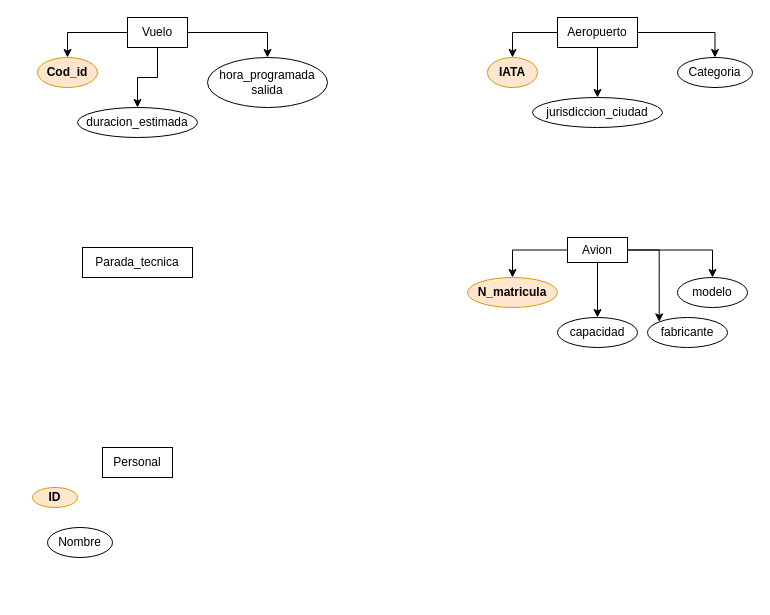
jhosebro/Bases-de-datos keeps this draw.io diagram as aerolineas.drawio. Above is the earlier version. Source tidied: cells renumbered, new cells numbered last; positions are measured from the earlier drawing's top-left corner, leaving out a move shared by most shapes. Both pictures are drawn from the tidied source at 100%, with x=0, y=0 at pixel (32, 17).
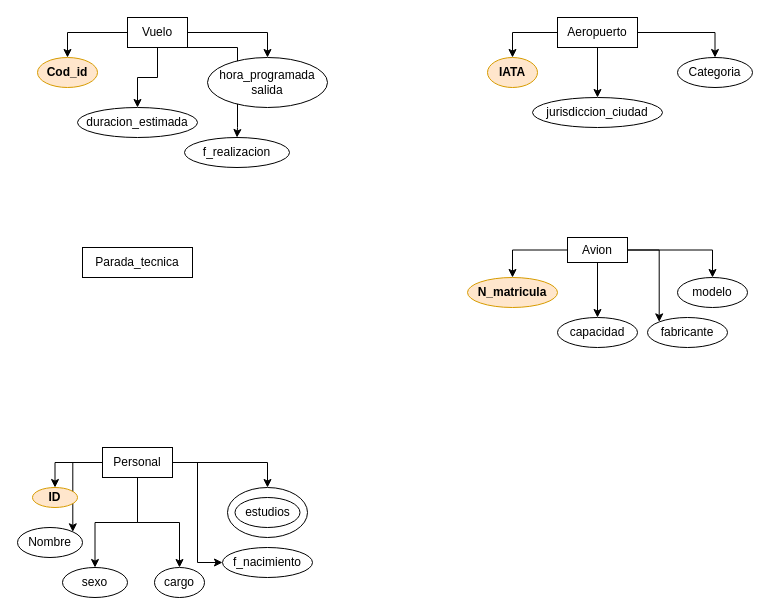
The same diagram, later.

Unchanged cells that the change refers to:
```xml
<mxCell id="5" value="Vuelo" style="rounded=0;whiteSpace=wrap;html=1;" parent="1" vertex="1">
  <mxGeometry x="95" width="60" height="30" as="geometry" />
</mxCell>
<mxCell id="26" value="Personal" style="rounded=0;whiteSpace=wrap;html=1;" parent="1" vertex="1">
  <mxGeometry x="70" y="430" width="70" height="30" as="geometry" />
</mxCell>
<mxCell id="27" value="&lt;b&gt;ID&lt;/b&gt;" style="ellipse;whiteSpace=wrap;html=1;fillColor=#ffe6cc;strokeColor=#d79b00;" parent="1" vertex="1">
  <mxGeometry y="470" width="45" height="20" as="geometry" />
</mxCell>
```

What changed in the source:
```diff
@@
+    <mxCell id="29" style="ellipse;whiteSpace=wrap;html=1;" parent="1" vertex="1">
+      <mxGeometry x="195" y="470" width="80" height="50" as="geometry" />
+    </mxCell>
@@
+    <mxCell id="30" style="edgeStyle=orthogonalEdgeStyle;rounded=0;jettySize=auto;html=1;entryX=0.5;entryY=0;entryDx=0;entryDy=0;" parent="1" edge="1" source="5" target="41">
+      <mxGeometry relative="1" as="geometry">
+        <Array as="points">
+          <mxPoint x="205" y="30" />
+          <mxPoint x="205" y="110" />
+        </Array>
+      </mxGeometry>
+    </mxCell>
@@
+    <mxCell id="31" style="edgeStyle=orthogonalEdgeStyle;rounded=0;jettySize=auto;html=1;entryX=0.5;entryY=0;entryDx=0;entryDy=0;" parent="1" edge="1" source="26" target="27">
+      <mxGeometry relative="1" as="geometry" />
+    </mxCell>
+    <mxCell id="32" style="edgeStyle=orthogonalEdgeStyle;rounded=0;jettySize=auto;html=1;entryX=1;entryY=0;entryDx=0;entryDy=0;" parent="1" edge="1" source="26" target="28">
+      <mxGeometry relative="1" as="geometry" />
+    </mxCell>
+    <mxCell id="33" style="edgeStyle=orthogonalEdgeStyle;rounded=0;jettySize=auto;html=1;" parent="1" edge="1" source="26" target="37">
+      <mxGeometry relative="1" as="geometry" />
+    </mxCell>
+    <mxCell id="34" style="edgeStyle=orthogonalEdgeStyle;rounded=0;jettySize=auto;html=1;" parent="1" edge="1" source="26" target="40">
+      <mxGeometry relative="1" as="geometry" />
+    </mxCell>
+    <mxCell id="35" style="edgeStyle=orthogonalEdgeStyle;rounded=0;jettySize=auto;html=1;entryX=0;entryY=0.5;entryDx=0;entryDy=0;" parent="1" edge="1" source="26" target="38">
+      <mxGeometry relative="1" as="geometry" />
+    </mxCell>
+    <mxCell id="36" style="edgeStyle=orthogonalEdgeStyle;rounded=0;jettySize=auto;html=1;entryX=0.5;entryY=0;entryDx=0;entryDy=0;" parent="1" edge="1" source="26" target="29">
+      <mxGeometry relative="1" as="geometry" />
+    </mxCell>
@@
     <mxCell id="28" value="Nombre" style="ellipse;whiteSpace=wrap;html=1;" parent="1" vertex="1">
-      <mxGeometry x="15" y="510" width="65" height="30" as="geometry" />
+      <mxGeometry x="-15" y="510" width="65" height="30" as="geometry" />
     </mxCell>
+    <mxCell id="37" value="sexo" style="ellipse;whiteSpace=wrap;html=1;" parent="1" vertex="1">
+      <mxGeometry x="30" y="550" width="65" height="30" as="geometry" />
+    </mxCell>
+    <mxCell id="38" value="f_nacimiento" style="ellipse;whiteSpace=wrap;html=1;" parent="1" vertex="1">
+      <mxGeometry x="190" y="530" width="90" height="30" as="geometry" />
+    </mxCell>
+    <mxCell id="39" value="estudios" style="ellipse;whiteSpace=wrap;html=1;" parent="1" vertex="1">
+      <mxGeometry x="202.5" y="480" width="65" height="30" as="geometry" />
+    </mxCell>
+    <mxCell id="40" value="cargo" style="ellipse;whiteSpace=wrap;html=1;" parent="1" vertex="1">
+      <mxGeometry x="122" y="550" width="50" height="30" as="geometry" />
+    </mxCell>
+    <mxCell id="41" value="f_realizacion" style="ellipse;whiteSpace=wrap;html=1;" parent="1" vertex="1">
+      <mxGeometry x="152" y="120" width="105" height="30" as="geometry" />
+    </mxCell>
```
